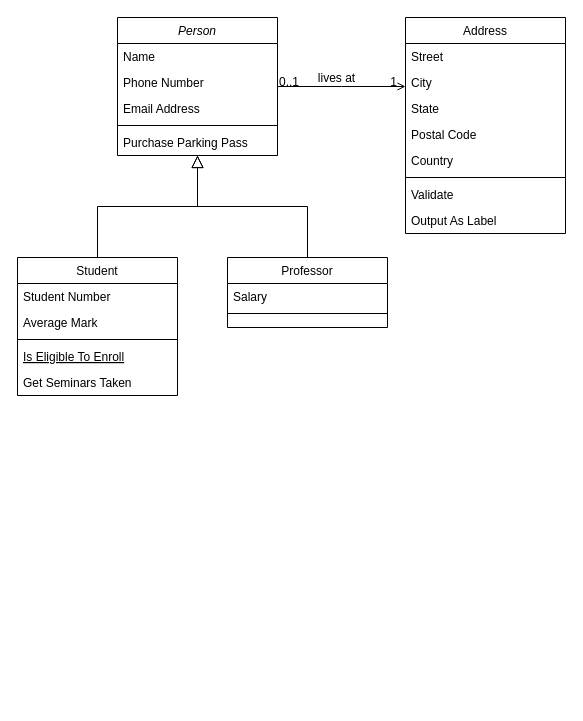
Above: mirochain.drawio in R1895/MiroChain (draw.io), before the change. Source tidied: cells renumbered, new cells numbered last; positions are measured from the earlier drawing's top-left corner, leaving out a move shared by most shapes. Both pictures are drawn from the tidied source at 100%, with x=0, y=0 at pixel (17, 17).
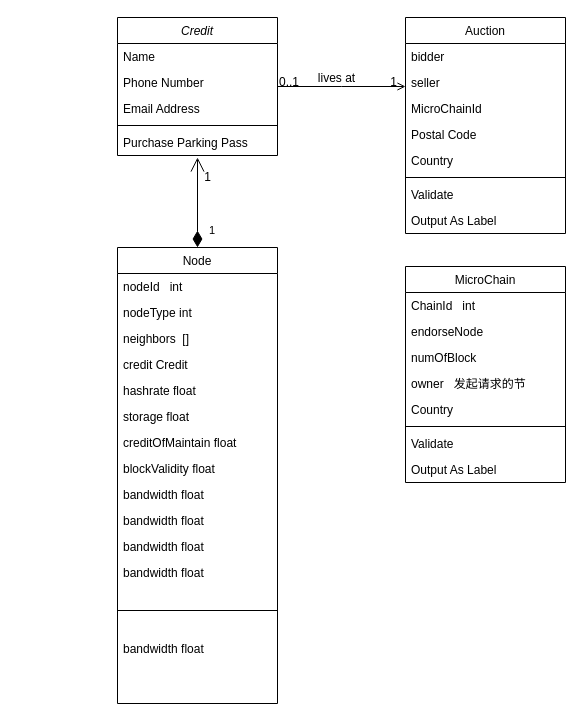
After the change.

Diff of the diagram source:
```diff
@@
-    <mxCell id="2" value="Person" style="swimlane;fontStyle=2;align=center;verticalAlign=top;horizontal=1;startSize=26;rounded=0;shadow=0;strokeWidth=1;" parent="1" vertex="1">
+    <mxCell id="2" value="Credit" style="swimlane;fontStyle=2;align=center;verticalAlign=top;horizontal=1;startSize=26;rounded=0;shadow=0;strokeWidth=1;" parent="1" vertex="1">
       <mxGeometry x="100" width="160" height="138" as="geometry" />
     </mxCell>
@@
-    <mxCell id="8" value="Student" style="swimlane;fontStyle=0;align=center;verticalAlign=top;horizontal=1;startSize=26;rounded=0;shadow=0;strokeWidth=1;" parent="1" vertex="1">
-      <mxGeometry y="240" width="160" height="138" as="geometry" />
+    <mxCell id="8" value="Node" style="swimlane;fontStyle=0;align=center;verticalAlign=top;horizontal=1;startSize=26;rounded=0;shadow=0;strokeWidth=1;" parent="1" vertex="1">
+      <mxGeometry x="100" y="230" width="160" height="456" as="geometry" />
     </mxCell>
+    <mxCell id="32" value="nodeId   int" style="text;align=left;verticalAlign=top;spacingLeft=4;spacingRight=4;overflow=hidden;" parent="8" vertex="1">
+      <mxGeometry y="26" width="160" height="26" as="geometry" />
+    </mxCell>
+    <mxCell id="33" value="nodeType int" style="text;align=left;verticalAlign=top;spacingLeft=4;spacingRight=4;overflow=hidden;" parent="8" vertex="1">
+      <mxGeometry y="52" width="160" height="26" as="geometry" />
+    </mxCell>
+    <mxCell id="34" value="neighbors  []" style="text;align=left;verticalAlign=top;spacingLeft=4;spacingRight=4;overflow=hidden;" parent="8" vertex="1">
+      <mxGeometry y="78" width="160" height="26" as="geometry" />
+    </mxCell>
+    <mxCell id="10" value="credit Credit" style="text;align=left;verticalAlign=top;spacingLeft=4;spacingRight=4;overflow=hidden;rounded=0;shadow=0;html=0;" parent="8" vertex="1">
+      <mxGeometry y="104" width="160" height="26" as="geometry" />
+    </mxCell>
-    <mxCell id="9" value="Student Number" style="text;align=left;verticalAlign=top;spacingLeft=4;spacingRight=4;overflow=hidden;" parent="8" vertex="1">
-      <mxGeometry y="26" width="160" height="26" as="geometry" />
+    <mxCell id="9" value="hashrate float&#10;" style="text;align=left;verticalAlign=top;spacingLeft=4;spacingRight=4;overflow=hidden;" parent="8" vertex="1">
+      <mxGeometry y="130" width="160" height="26" as="geometry" />
     </mxCell>
-    <mxCell id="10" value="Average Mark" style="text;align=left;verticalAlign=top;spacingLeft=4;spacingRight=4;overflow=hidden;rounded=0;shadow=0;html=0;" parent="8" vertex="1">
-      <mxGeometry y="52" width="160" height="26" as="geometry" />
-    </mxCell>
+    <mxCell id="35" value="storage float" style="text;align=left;verticalAlign=top;spacingLeft=4;spacingRight=4;overflow=hidden;" parent="8" vertex="1">
+      <mxGeometry y="156" width="160" height="26" as="geometry" />
+    </mxCell>
+    <mxCell id="36" value="creditOfMaintain float" style="text;align=left;verticalAlign=top;spacingLeft=4;spacingRight=4;overflow=hidden;" parent="8" vertex="1">
+      <mxGeometry y="182" width="160" height="26" as="geometry" />
+    </mxCell>
+    <mxCell id="37" value="blockValidity float" style="text;align=left;verticalAlign=top;spacingLeft=4;spacingRight=4;overflow=hidden;" parent="8" vertex="1">
+      <mxGeometry y="208" width="160" height="26" as="geometry" />
+    </mxCell>
+    <mxCell id="38" value="bandwidth float" style="text;align=left;verticalAlign=top;spacingLeft=4;spacingRight=4;overflow=hidden;" parent="8" vertex="1">
+      <mxGeometry y="234" width="160" height="26" as="geometry" />
+    </mxCell>
+    <mxCell id="39" value="bandwidth float" style="text;align=left;verticalAlign=top;spacingLeft=4;spacingRight=4;overflow=hidden;" parent="8" vertex="1">
+      <mxGeometry y="260" width="160" height="26" as="geometry" />
+    </mxCell>
+    <mxCell id="40" value="bandwidth float" style="text;align=left;verticalAlign=top;spacingLeft=4;spacingRight=4;overflow=hidden;" parent="8" vertex="1">
+      <mxGeometry y="286" width="160" height="26" as="geometry" />
+    </mxCell>
+    <mxCell id="41" value="bandwidth float" style="text;align=left;verticalAlign=top;spacingLeft=4;spacingRight=4;overflow=hidden;" parent="8" vertex="1">
+      <mxGeometry y="312" width="160" height="26" as="geometry" />
+    </mxCell>
     <mxCell id="11" style="line;html=1;strokeWidth=1;align=left;verticalAlign=middle;spacingTop=-1;spacingLeft=3;spacingRight=3;labelPosition=right;" parent="8" vertex="1">
-      <mxGeometry y="78" width="160" height="8" as="geometry" />
+      <mxGeometry y="338" width="160" height="50" as="geometry" />
     </mxCell>
-    <mxCell id="12" value="Is Eligible To Enroll" style="text;align=left;verticalAlign=top;spacingLeft=4;spacingRight=4;overflow=hidden;fontStyle=4;" parent="8" vertex="1">
-      <mxGeometry y="86" width="160" height="26" as="geometry" />
-    </mxCell>
-    <mxCell id="13" value="Get Seminars Taken" style="text;align=left;verticalAlign=top;spacingLeft=4;spacingRight=4;overflow=hidden;" parent="8" vertex="1">
-      <mxGeometry y="112" width="160" height="26" as="geometry" />
-    </mxCell>
-    <mxCell id="14" style="endArrow=block;endSize=10;endFill=0;shadow=0;strokeWidth=1;rounded=0;edgeStyle=elbowEdgeStyle;elbow=vertical;" parent="1" edge="1" source="8" target="2">
-      <mxGeometry relative="1" as="geometry" />
-    </mxCell>
-    <mxCell id="15" value="Professor" style="swimlane;fontStyle=0;align=center;verticalAlign=top;horizontal=1;startSize=26;rounded=0;shadow=0;strokeWidth=1;" parent="1" vertex="1">
-      <mxGeometry x="210" y="240" width="160" height="70" as="geometry" />
-    </mxCell>
-    <mxCell id="16" value="Salary" style="text;align=left;verticalAlign=top;spacingLeft=4;spacingRight=4;overflow=hidden;" parent="15" vertex="1">
-      <mxGeometry y="26" width="160" height="26" as="geometry" />
-    </mxCell>
-    <mxCell id="17" style="line;html=1;strokeWidth=1;align=left;verticalAlign=middle;spacingTop=-1;spacingLeft=3;spacingRight=3;labelPosition=right;" parent="15" vertex="1">
-      <mxGeometry y="52" width="160" height="8" as="geometry" />
-    </mxCell>
-    <mxCell id="18" style="endArrow=block;endSize=10;endFill=0;shadow=0;strokeWidth=1;rounded=0;edgeStyle=elbowEdgeStyle;elbow=vertical;" parent="1" edge="1" source="15" target="2">
-      <mxGeometry relative="1" as="geometry" />
-    </mxCell>
+    <mxCell id="42" value="bandwidth float" style="text;align=left;verticalAlign=top;spacingLeft=4;spacingRight=4;overflow=hidden;" parent="8" vertex="1">
+      <mxGeometry y="388" width="160" height="26" as="geometry" />
+    </mxCell>
-    <mxCell id="19" value="Address" style="swimlane;fontStyle=0;align=center;verticalAlign=top;horizontal=1;startSize=26;rounded=0;shadow=0;strokeWidth=1;" parent="1" vertex="1">
+    <mxCell id="19" value="Auction" style="swimlane;fontStyle=0;align=center;verticalAlign=top;horizontal=1;startSize=26;rounded=0;shadow=0;strokeWidth=1;" parent="1" vertex="1">
       <mxGeometry x="388" width="160" height="216" as="geometry" />
     </mxCell>
-    <mxCell id="20" value="Street" style="text;align=left;verticalAlign=top;spacingLeft=4;spacingRight=4;overflow=hidden;" parent="19" vertex="1">
+    <mxCell id="20" value="bidder " style="text;align=left;verticalAlign=top;spacingLeft=4;spacingRight=4;overflow=hidden;" parent="19" vertex="1">
       <mxGeometry y="26" width="160" height="26" as="geometry" />
     </mxCell>
-    <mxCell id="21" value="City" style="text;align=left;verticalAlign=top;spacingLeft=4;spacingRight=4;overflow=hidden;rounded=0;shadow=0;html=0;" parent="19" vertex="1">
+    <mxCell id="21" value="seller" style="text;align=left;verticalAlign=top;spacingLeft=4;spacingRight=4;overflow=hidden;rounded=0;shadow=0;html=0;" parent="19" vertex="1">
       <mxGeometry y="52" width="160" height="26" as="geometry" />
     </mxCell>
-    <mxCell id="22" value="State" style="text;align=left;verticalAlign=top;spacingLeft=4;spacingRight=4;overflow=hidden;rounded=0;shadow=0;html=0;" parent="19" vertex="1">
+    <mxCell id="22" value="MicroChainId" style="text;align=left;verticalAlign=top;spacingLeft=4;spacingRight=4;overflow=hidden;rounded=0;shadow=0;html=0;" parent="19" vertex="1">
       <mxGeometry y="78" width="160" height="26" as="geometry" />
     </mxCell>
@@
+    <mxCell id="43" value="1" style="endArrow=open;html=1;endSize=12;startArrow=diamondThin;startSize=14;startFill=1;edgeStyle=orthogonalEdgeStyle;align=left;verticalAlign=bottom;rounded=0;exitX=0.5;exitY=0;exitDx=0;exitDy=0;" parent="1" edge="1" source="8">
+      <mxGeometry x="-0.82" y="-10" relative="1" as="geometry">
+        <mxPoint x="180" y="140" as="targetPoint" />
+      </mxGeometry>
+    </mxCell>
+    <mxCell id="44" value="1" style="text;html=1;align=center;verticalAlign=middle;strokeColor=none;fillColor=none;" parent="1" vertex="1">
+      <mxGeometry x="175" y="145" width="30" height="30" as="geometry" />
+    </mxCell>
+    <mxCell id="45" value="MicroChain" style="swimlane;fontStyle=0;align=center;verticalAlign=top;horizontal=1;startSize=26;rounded=0;shadow=0;strokeWidth=1;" parent="1" vertex="1">
+      <mxGeometry x="388" y="249" width="160" height="216" as="geometry" />
+    </mxCell>
+    <mxCell id="46" value="ChainId   int" style="text;align=left;verticalAlign=top;spacingLeft=4;spacingRight=4;overflow=hidden;" parent="45" vertex="1">
+      <mxGeometry y="26" width="160" height="26" as="geometry" />
+    </mxCell>
+    <mxCell id="47" value="endorseNode" style="text;align=left;verticalAlign=top;spacingLeft=4;spacingRight=4;overflow=hidden;rounded=0;shadow=0;html=0;" parent="45" vertex="1">
+      <mxGeometry y="52" width="160" height="26" as="geometry" />
+    </mxCell>
+    <mxCell id="48" value="numOfBlock" style="text;align=left;verticalAlign=top;spacingLeft=4;spacingRight=4;overflow=hidden;rounded=0;shadow=0;html=0;" parent="45" vertex="1">
+      <mxGeometry y="78" width="160" height="26" as="geometry" />
+    </mxCell>
+    <mxCell id="49" value="owner   发起请求的节" style="text;align=left;verticalAlign=top;spacingLeft=4;spacingRight=4;overflow=hidden;rounded=0;shadow=0;html=0;" parent="45" vertex="1">
+      <mxGeometry y="104" width="160" height="26" as="geometry" />
+    </mxCell>
+    <mxCell id="50" value="Country" style="text;align=left;verticalAlign=top;spacingLeft=4;spacingRight=4;overflow=hidden;rounded=0;shadow=0;html=0;" parent="45" vertex="1">
+      <mxGeometry y="130" width="160" height="26" as="geometry" />
+    </mxCell>
+    <mxCell id="51" style="line;html=1;strokeWidth=1;align=left;verticalAlign=middle;spacingTop=-1;spacingLeft=3;spacingRight=3;labelPosition=right;" parent="45" vertex="1">
+      <mxGeometry y="156" width="160" height="8" as="geometry" />
+    </mxCell>
+    <mxCell id="52" value="Validate" style="text;align=left;verticalAlign=top;spacingLeft=4;spacingRight=4;overflow=hidden;" parent="45" vertex="1">
+      <mxGeometry y="164" width="160" height="26" as="geometry" />
+    </mxCell>
+    <mxCell id="53" value="Output As Label" style="text;align=left;verticalAlign=top;spacingLeft=4;spacingRight=4;overflow=hidden;" parent="45" vertex="1">
+      <mxGeometry y="190" width="160" height="26" as="geometry" />
+    </mxCell>
```
